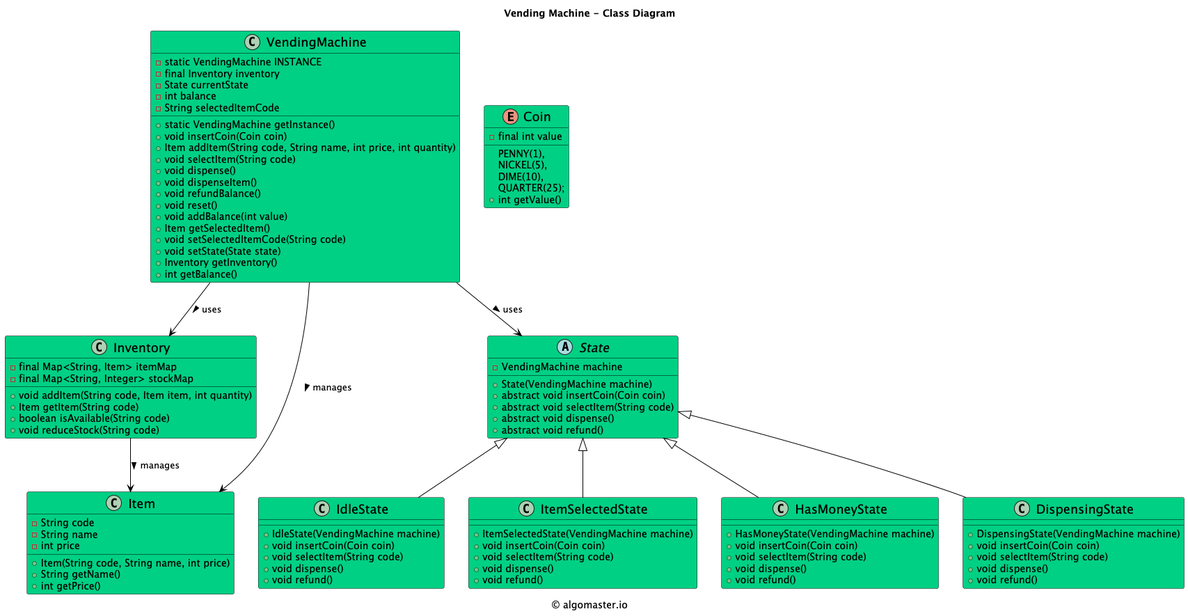
The PlantUML diagram uml-diagrams/class-diagrams/vendingmachine-class-diagram.png in K-1303/low-level-design, before a commit. Its diagram source:
```plantuml
@startuml

title Vending Machine - Class Diagram

caption © algomaster.io

skinparam backgroundColor white
skinparam wrapWidth 500

skinparam class {
  BackgroundColor #00D084
  BorderColor black
  ArrowColor black
  FontSize 18
}

class VendingMachine {
    - static VendingMachine INSTANCE
    - final Inventory inventory
    - State currentState
    - int balance
    - String selectedItemCode
    + static VendingMachine getInstance()
    + void insertCoin(Coin coin)
    + Item addItem(String code, String name, int price, int quantity)
    + void selectItem(String code)
    + void dispense()
    + void dispenseItem()
    + void refundBalance()
    + void reset()
    + void addBalance(int value)
    + Item getSelectedItem()
    + void setSelectedItemCode(String code)
    + void setState(State state)
    + Inventory getInventory()
    + int getBalance()
}

class Inventory {
    - final Map<String, Item> itemMap
    - final Map<String, Integer> stockMap
    + void addItem(String code, Item item, int quantity)
    + Item getItem(String code)
    + boolean isAvailable(String code)
    + void reduceStock(String code)
}

class Item {
    - String code
    - String name
    - int price
    + Item(String code, String name, int price)
    + String getName()
    + int getPrice()
}

enum Coin {
    PENNY(1),
    NICKEL(5),
    DIME(10),
    QUARTER(25);
    - final int value
    + int getValue()
}

abstract class State {
    - VendingMachine machine
    + State(VendingMachine machine)
    + abstract void insertCoin(Coin coin)
    + abstract void selectItem(String code)
    + abstract void dispense()
    + abstract void refund()
}

class IdleState {
    + IdleState(VendingMachine machine)
    + void insertCoin(Coin coin)
    + void selectItem(String code)
    + void dispense()
    + void refund()
}

class ItemSelectedState {
    + ItemSelectedState(VendingMachine machine)
    + void insertCoin(Coin coin)
    + void selectItem(String code)
    + void dispense()
    + void refund()
}

class HasMoneyState {
    + HasMoneyState(VendingMachine machine)
    + void insertCoin(Coin coin)
    + void selectItem(String code)
    + void dispense()
    + void refund()
}

class DispensingState {
    + DispensingState(VendingMachine machine)
    + void insertCoin(Coin coin)
    + void selectItem(String code)
    + void dispense()
    + void refund()
}

VendingMachine --> Inventory: uses >
VendingMachine --> Item: manages >
Inventory --> Item: manages >
VendingMachine --> State: uses >
State <|-- IdleState
State <|-- ItemSelectedState
State <|-- HasMoneyState
State <|-- DispensingState

@enduml
```
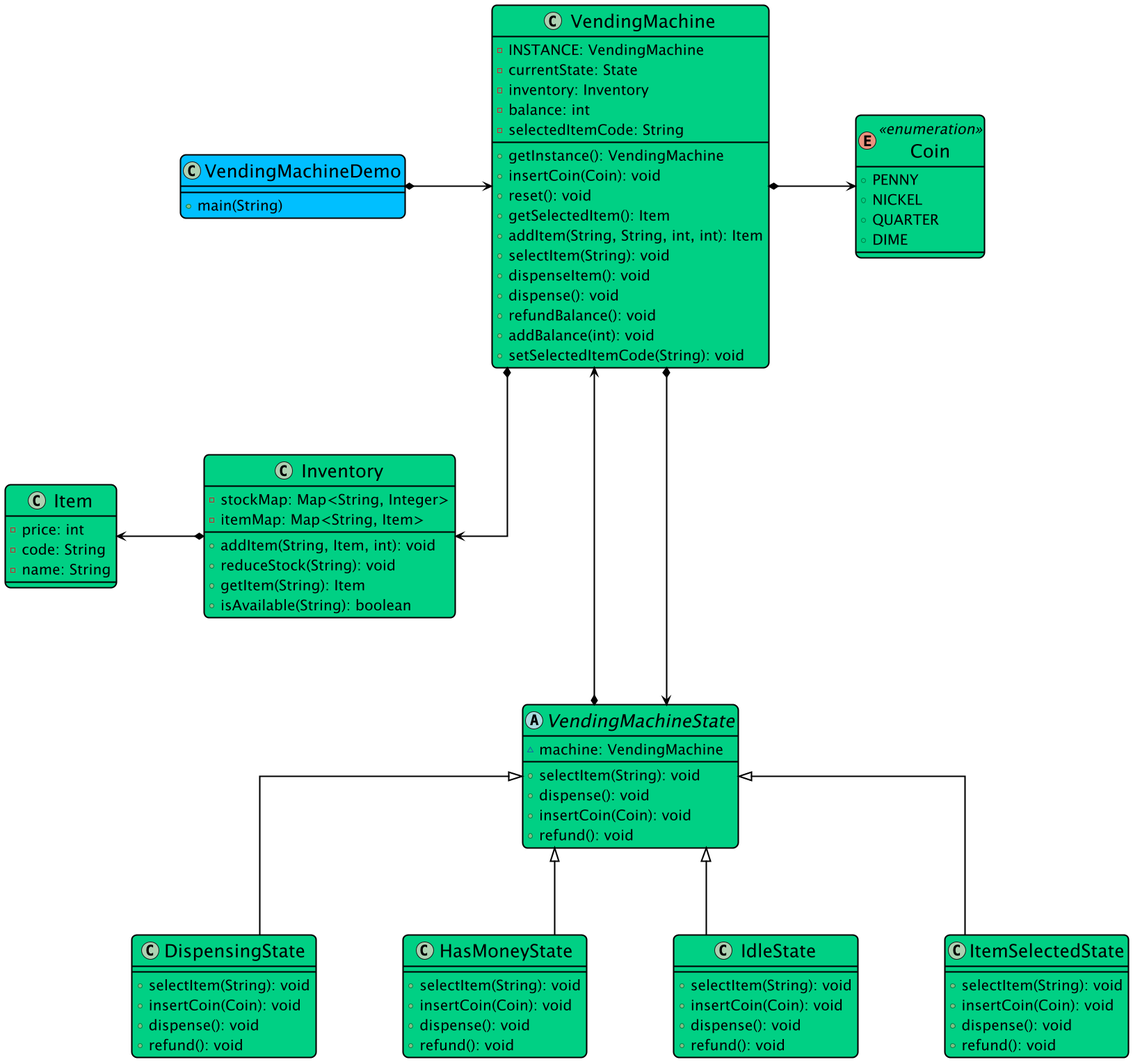
The same file after the commit.

What changed in the source:
```diff
@@ -1,116 +1,109 @@
 @startuml
 
-title Vending Machine - Class Diagram
-
-caption © algomaster.io
+top to bottom direction
+skinparam linetype ortho
 
 skinparam backgroundColor white
 skinparam wrapWidth 500
+skinparam roundCorner 15
+skinparam defaultFontSize 20
+skinparam defaultFontColor black
+skinparam ArrowColor black
+skinparam Padding 2
+skinparam dpi 100
+skinparam nodesep 120
+skinparam ranksep 120
 
 skinparam class {
-  BackgroundColor #00D084
+  BackgroundColor #00d084
   BorderColor black
   ArrowColor black
-  FontSize 18
+  FontSize 25
+  BorderThickness 2
+  ArrowThickness 2
 }
 
+enum Coin << enumeration >> {
+  + PENNY
+  + NICKEL
+  + QUARTER
+  + DIME
+}
+class DispensingState {
+  + selectItem(String): void
+  + insertCoin(Coin): void
+  + dispense(): void
+  + refund(): void
+}
+class HasMoneyState {
+  + selectItem(String): void
+  + insertCoin(Coin): void
+  + dispense(): void
+  + refund(): void
+}
+class IdleState {
+  + selectItem(String): void
+  + insertCoin(Coin): void
+  + dispense(): void
+  + refund(): void
+}
+class Inventory {
+  - stockMap: Map<String, Integer>
+  - itemMap: Map<String, Item>
+  + addItem(String, Item, int): void
+  + reduceStock(String): void
+  + getItem(String): Item
+  + isAvailable(String): boolean
+}
+class Item {
+  - price: int
+  - code: String
+  - name: String
+}
+class ItemSelectedState {
+  + selectItem(String): void
+  + insertCoin(Coin): void
+  + dispense(): void
+  + refund(): void
+}
+abstract class VendingMachineState {
+  ~ machine: VendingMachine
+  + selectItem(String): void
+  + dispense(): void
+  + insertCoin(Coin): void
+  + refund(): void
+}
 class VendingMachine {
-    - static VendingMachine INSTANCE
-    - final Inventory inventory
-    - State currentState
-    - int balance
-    - String selectedItemCode
-    + static VendingMachine getInstance()
-    + void insertCoin(Coin coin)
-    + Item addItem(String code, String name, int price, int quantity)
-    + void selectItem(String code)
-    + void dispense()
-    + void dispenseItem()
-    + void refundBalance()
-    + void reset()
-    + void addBalance(int value)
-    + Item getSelectedItem()
-    + void setSelectedItemCode(String code)
-    + void setState(State state)
-    + Inventory getInventory()
-    + int getBalance()
+  - INSTANCE: VendingMachine
+  - currentState: State
+  - inventory: Inventory
+  - balance: int
+  - selectedItemCode: String
+  + getInstance(): VendingMachine
+  + insertCoin(Coin): void
+  + reset(): void
+  + getSelectedItem(): Item
+  + addItem(String, String, int, int): Item
+  + selectItem(String): void
+  + dispenseItem(): void
+  + dispense(): void
+  + refundBalance(): void
+  + addBalance(int): void
+  + setSelectedItemCode(String): void
 }
 
-class Inventory {
-    - final Map<String, Item> itemMap
-    - final Map<String, Integer> stockMap
-    + void addItem(String code, Item item, int quantity)
-    + Item getItem(String code)
-    + boolean isAvailable(String code)
-    + void reduceStock(String code)
+class VendingMachineDemo #00bfff {
+    + main(String)
 }
 
-class Item {
-    - String code
-    - String name
-    - int price
-    + Item(String code, String name, int price)
-    + String getName()
-    + int getPrice()
-}
-
-enum Coin {
-    PENNY(1),
-    NICKEL(5),
-    DIME(10),
-    QUARTER(25);
-    - final int value
-    + int getValue()
-}
-
-abstract class State {
-    - VendingMachine machine
-    + State(VendingMachine machine)
-    + abstract void insertCoin(Coin coin)
-    + abstract void selectItem(String code)
-    + abstract void dispense()
-    + abstract void refund()
-}
-
-class IdleState {
-    + IdleState(VendingMachine machine)
-    + void insertCoin(Coin coin)
-    + void selectItem(String code)
-    + void dispense()
-    + void refund()
-}
-
-class ItemSelectedState {
-    + ItemSelectedState(VendingMachine machine)
-    + void insertCoin(Coin coin)
-    + void selectItem(String code)
-    + void dispense()
-    + void refund()
-}
-
-class HasMoneyState {
-    + HasMoneyState(VendingMachine machine)
-    + void insertCoin(Coin coin)
-    + void selectItem(String code)
-    + void dispense()
-    + void refund()
-}
-
-class DispensingState {
-    + DispensingState(VendingMachine machine)
-    + void insertCoin(Coin coin)
-    + void selectItem(String code)
-    + void dispense()
-    + void refund()
-}
-
-VendingMachine --> Inventory: uses >
-VendingMachine --> Item: manages >
-Inventory --> Item: manages >
-VendingMachine --> State: uses >
-State <|-- IdleState
-State <|-- ItemSelectedState
-State <|-- HasMoneyState
-State <|-- DispensingState
-
+VendingMachineState               ^-[plain]- DispensingState
+VendingMachineState               ^-[plain]- HasMoneyState
+VendingMachineState               ^-[plain]- IdleState
+Inventory                         *-[plain]left-> Item
+VendingMachineState               ^-[plain]- ItemSelectedState
+VendingMachineState               *-[plain]-> VendingMachine
+VendingMachine                    *-[plain]-> Inventory
+VendingMachine                    *-[plain]--> VendingMachineState
+VendingMachine                    *-[plain]right-> Coin
+VendingMachineDemo                *-[plain]right-> VendingMachine
 @enduml
```
